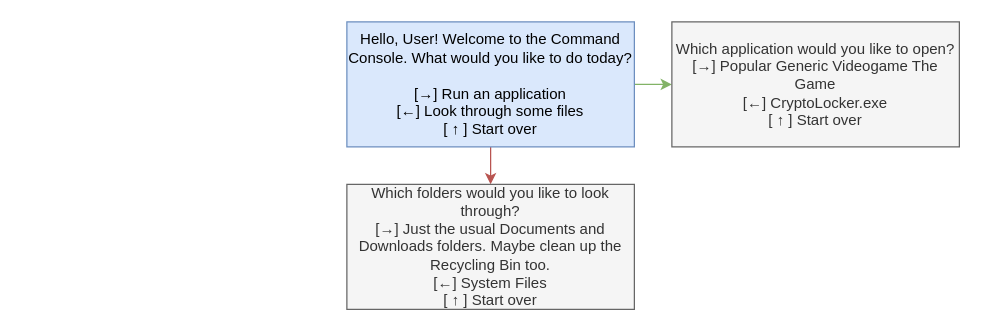
Above: Story Diagram.drawio in BlizzardBunny/command-console-the-game (draw.io), before the change. Source tidied: cells renumbered, new cells numbered last; positions are measured from the earlier drawing's top-left corner, leaving out a move shared by most shapes. Both pictures are drawn from the tidied source at 125%, with x=0, y=0 at pixel (346, 21).
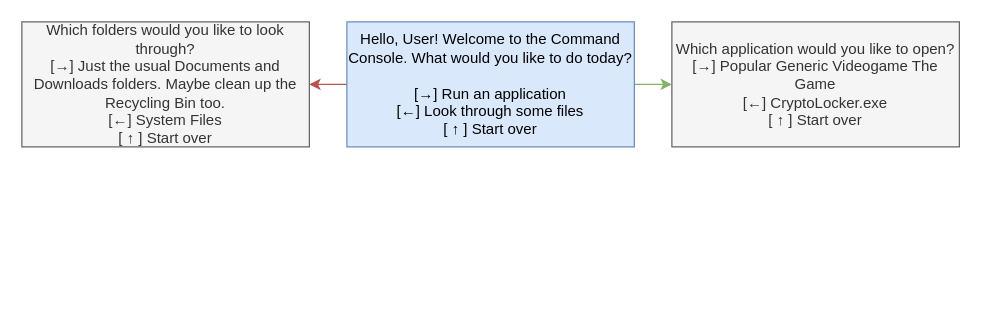
After the change.

Commit message:
Reorganized layout

What changed in the source:
```diff
@@
 <mxGraphModel>
   <root>
     <mxCell id="0" />
     <mxCell id="1" parent="0" />
     <mxCell id="2" style="edgeStyle=orthogonalEdgeStyle;rounded=0;jettySize=auto;html=1;exitX=1;exitY=0.5;exitDx=0;exitDy=0;entryX=0;entryY=0.5;entryDx=0;entryDy=0;fillColor=#d5e8d4;strokeColor=#82b366;" parent="1" edge="1" source="4" target="5">
       <mxGeometry relative="1" as="geometry" />
     </mxCell>
-    <mxCell id="3" style="edgeStyle=orthogonalEdgeStyle;rounded=0;jettySize=auto;html=1;exitX=0.5;exitY=1;exitDx=0;exitDy=0;entryX=0.5;entryY=0;entryDx=0;entryDy=0;fillColor=#f8cecc;strokeColor=#b85450;" parent="1" edge="1" source="4" target="6">
+    <mxCell id="3" style="edgeStyle=orthogonalEdgeStyle;rounded=0;jettySize=auto;html=1;exitX=0;exitY=0.5;exitDx=0;exitDy=0;entryX=1;entryY=0.5;entryDx=0;entryDy=0;fillColor=#f8cecc;strokeColor=#b85450;" parent="1" edge="1" source="4" target="6">
       <mxGeometry relative="1" as="geometry" />
     </mxCell>
     <mxCell id="4" value="&lt;div&gt;Hello, User! Welcome to the Command Console. What would you like to do today?&lt;/div&gt;&lt;div&gt;&lt;br&gt;&lt;/div&gt;&lt;div&gt;[→] Run an application&lt;/div&gt;&lt;div&gt;[←] Look through some files&lt;/div&gt;&lt;div&gt;[ ↑ ] Start over&lt;/div&gt;" style="text;html=1;strokeColor=#6c8ebf;fillColor=#dae8fc;align=center;verticalAlign=middle;whiteSpace=wrap;rounded=0;" parent="1" vertex="1">
       <mxGeometry width="230" height="100" as="geometry" />
     </mxCell>
     <mxCell id="5" value="&lt;div&gt;Which application would you like to open?&lt;/div&gt;&lt;div&gt;&lt;span&gt; &lt;/span&gt;[→] Popular Generic Videogame The Game&lt;/div&gt;&lt;div&gt;&lt;span&gt; &lt;/span&gt;[←] CryptoLocker.exe&lt;/div&gt;&lt;div&gt;&lt;span&gt; &lt;/span&gt;[ ↑ ] Start over&lt;/div&gt;" style="text;html=1;align=center;verticalAlign=middle;whiteSpace=wrap;rounded=0;fillColor=#f5f5f5;strokeColor=#666666;fontColor=#333333;" parent="1" vertex="1">
       <mxGeometry x="260" width="230" height="100" as="geometry" />
     </mxCell>
     <mxCell id="6" value="&lt;div&gt;Which folders would you like to look through?&lt;/div&gt;&lt;div&gt;&lt;span&gt; &lt;/span&gt;[→] Just the usual Documents and Downloads folders. Maybe clean up the Recycling Bin too.&lt;/div&gt;&lt;div&gt;&lt;span&gt; &lt;/span&gt;[←] System Files&lt;/div&gt;&lt;div&gt;&lt;span&gt; &lt;/span&gt;[ ↑ ] Start over&lt;/div&gt;" style="text;html=1;strokeColor=#666666;fillColor=#f5f5f5;align=center;verticalAlign=middle;whiteSpace=wrap;rounded=0;fontColor=#333333;" parent="1" vertex="1">
-      <mxGeometry y="130" width="230" height="100" as="geometry" />
+      <mxGeometry x="-260" width="230" height="100" as="geometry" />
     </mxCell>
   </root>
 </mxGraphModel>
```
